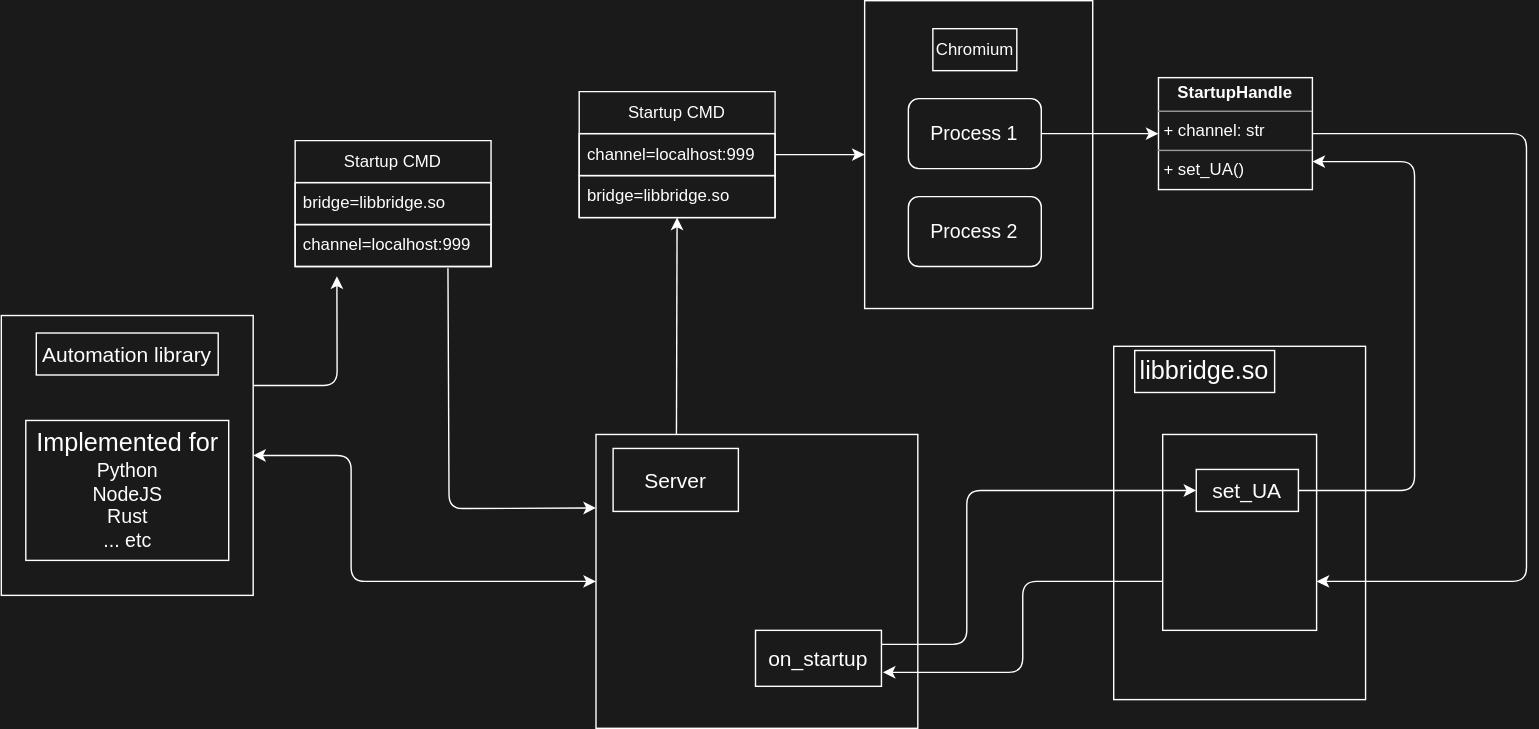
Above: chrx/bridge.drawio.svg in chrxer/chrx-design (draw.io), before the change. Source tidied: cells renumbered, new cells last; positions are measured from the earlier drawing's top-left corner, leaving out a move shared by most shapes.
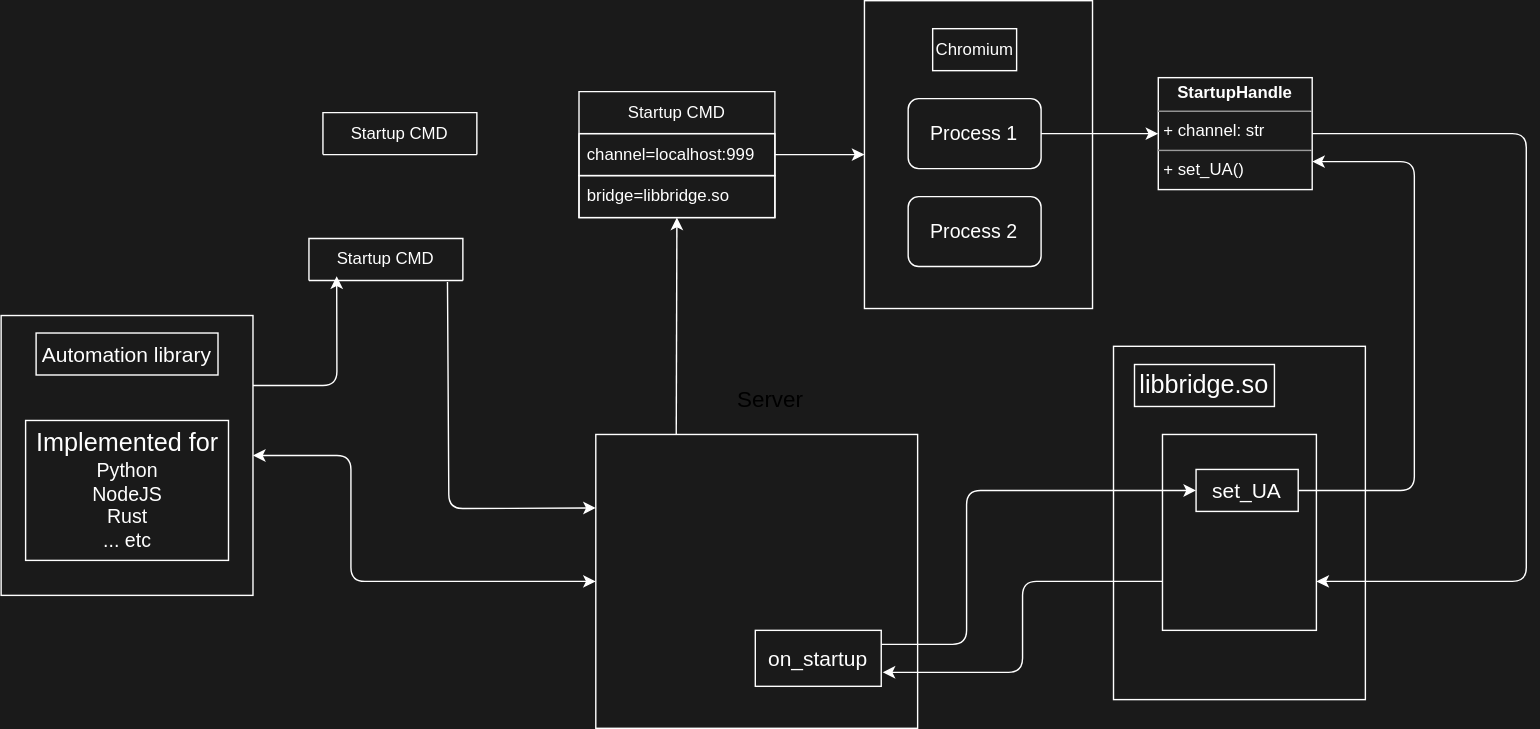
The same file after the commit.

Change to the diagram source:
```diff
@@ -44,26 +44,14 @@
       <mxGeometry x="795" y="247" width="180" height="252.5" as="geometry" />
     </mxCell>
     <mxCell id="14" value="&lt;font style=&quot;font-size: 18px;&quot;&gt;libbridge.so&lt;/font&gt;" style="text;html=1;strokeColor=#FFFFFF;fillColor=none;align=center;verticalAlign=middle;whiteSpace=wrap;rounded=0;fontSize=18;fontColor=#FFFFFF;" parent="1" vertex="1">
-      <mxGeometry x="810" y="250" width="100" height="30" as="geometry" />
+      <mxGeometry x="810" y="260" width="100" height="30" as="geometry" />
     </mxCell>
-    <mxCell id="15" value="Startup CMD" style="swimlane;fontStyle=0;horizontal=1;startSize=30;whiteSpace=wrap;html=1;fillColor=none;strokeColor=#FFFFFF;fontColor=#FFFFFF;" parent="1" vertex="1">
-      <mxGeometry x="210" y="100" width="140" height="90" as="geometry" />
-    </mxCell>
-    <mxCell id="16" value="bridge=libbridge.so" style="text;strokeColor=#FFFFFF;fillColor=none;align=left;verticalAlign=middle;spacingLeft=4;spacingRight=4;overflow=hidden;whiteSpace=wrap;html=1;fontColor=#FFFFFF;" parent="15" vertex="1">
-      <mxGeometry y="30" width="140" height="30" as="geometry" />
-    </mxCell>
-    <mxCell id="17" value="channel=localhost:999" style="text;strokeColor=#FFFFFF;fillColor=none;align=left;verticalAlign=middle;spacingLeft=4;spacingRight=4;overflow=hidden;points=[[0,0.5],[1,0.5]];portConstraint=eastwest;whiteSpace=wrap;html=1;fontColor=#FFFFFF;" parent="15" vertex="1">
-      <mxGeometry y="60" width="140" height="30" as="geometry" />
-    </mxCell>
     <mxCell id="18" style="edgeStyle=none;html=1;exitX=0.25;exitY=0;exitDx=0;exitDy=0;fontSize=15;strokeColor=#FFFFFF;fontColor=#FFFFFF;" parent="1" edge="1" source="19" target="5">
       <mxGeometry relative="1" as="geometry" />
     </mxCell>
     <mxCell id="19" style="rounded=0;whiteSpace=wrap;html=1;fillColor=none;strokeColor=#FFFFFF;fontColor=#FFFFFF;" parent="1" vertex="1">
       <mxGeometry x="425" y="310" width="230" height="210" as="geometry" />
     </mxCell>
-    <mxCell id="20" value="Server" style="text;html=1;strokeColor=#FFFFFF;fillColor=none;align=center;verticalAlign=middle;whiteSpace=wrap;rounded=0;fontSize=15;fontColor=#FFFFFF;" parent="1" vertex="1">
-      <mxGeometry x="437.2" y="320" width="89.5" height="45" as="geometry" />
-    </mxCell>
     <mxCell id="21" style="edgeStyle=none;html=1;exitX=0;exitY=0.75;exitDx=0;exitDy=0;fontSize=15;strokeColor=#FFFFFF;fontColor=#FFFFFF;" parent="1" edge="1" source="22">
       <mxGeometry relative="1" as="geometry">
         <mxPoint x="630" y="480" as="targetPoint" />
@@ -87,8 +75,9 @@
     <mxCell id="24" value="on_startup" style="rounded=0;whiteSpace=wrap;html=1;fontSize=15;fillColor=none;strokeColor=#FFFFFF;fontColor=#FFFFFF;" parent="1" vertex="1">
       <mxGeometry x="539" y="450" width="90" height="40" as="geometry" />
     </mxCell>
-    <mxCell id="25" style="edgeStyle=none;html=1;exitX=1;exitY=0.25;exitDx=0;exitDy=0;entryX=0.213;entryY=1.233;entryDx=0;entryDy=0;fontSize=15;entryPerimeter=0;strokeColor=#FFFFFF;fontColor=#FFFFFF;" parent="1" edge="1" source="26" target="17">
+    <mxCell id="25" style="edgeStyle=none;html=1;exitX=1;exitY=0.25;exitDx=0;exitDy=0;entryX=0.213;entryY=1.233;entryDx=0;entryDy=0;fontSize=15;entryPerimeter=0;strokeColor=#FFFFFF;fontColor=#FFFFFF;" parent="1" edge="1" source="26">
       <mxGeometry relative="1" as="geometry">
+        <mxPoint x="239.8" y="197" as="targetPoint" />
         <Array as="points">
           <mxPoint x="240" y="275" />
         </Array>
@@ -119,7 +108,7 @@
         </Array>
       </mxGeometry>
     </mxCell>
-    <mxCell id="31" style="edgeStyle=none;html=1;exitX=0.78;exitY=1.043;exitDx=0;exitDy=0;entryX=0;entryY=0.25;entryDx=0;entryDy=0;exitPerimeter=0;strokeColor=#FFFFFF;fontColor=#FFFFFF;" parent="1" edge="1" source="17" target="19">
+    <mxCell id="31" style="edgeStyle=none;html=1;exitX=0.9;exitY=1.033;exitDx=0;exitDy=0;entryX=0;entryY=0.25;entryDx=0;entryDy=0;exitPerimeter=0;strokeColor=#FFFFFF;fontColor=#FFFFFF;" parent="1" edge="1" source="34" target="19">
       <mxGeometry relative="1" as="geometry">
         <Array as="points">
           <mxPoint x="320" y="363" />
@@ -129,5 +118,14 @@
     <mxCell id="32" value="&lt;font style=&quot;&quot;&gt;&lt;span style=&quot;font-size: 18px;&quot;&gt;Implemented for&lt;/span&gt;&lt;br&gt;&lt;font style=&quot;font-size: 14px;&quot;&gt;Python&lt;br&gt;NodeJS&lt;br&gt;Rust&lt;br&gt;... etc&lt;/font&gt;&lt;br&gt;&lt;/font&gt;" style="text;html=1;strokeColor=#FFFFFF;fillColor=none;align=center;verticalAlign=middle;whiteSpace=wrap;rounded=0;fontColor=#FFFFFF;" parent="1" vertex="1">
       <mxGeometry x="17.5" y="300" width="145" height="100" as="geometry" />
     </mxCell>
+    <mxCell id="33" value="Startup CMD" style="swimlane;fontStyle=0;horizontal=1;startSize=30;whiteSpace=wrap;html=1;fillColor=none;strokeColor=#FFFFFF;fontColor=#FFFFFF;" parent="1" vertex="1" collapsed="1">
+      <mxGeometry x="230" y="80" width="110" height="30" as="geometry" />
+    </mxCell>
+    <mxCell id="34" value="Startup CMD" style="swimlane;fontStyle=0;horizontal=1;startSize=30;whiteSpace=wrap;html=1;fillColor=none;strokeColor=#FFFFFF;fontColor=#FFFFFF;" parent="1" vertex="1" collapsed="1">
+      <mxGeometry x="220" y="170" width="110" height="30" as="geometry" />
+    </mxCell>
+    <mxCell id="20" value="Server" style="text;html=1;strokeColor=none;fillColor=none;align=center;verticalAlign=middle;whiteSpace=wrap;rounded=0;fontSize=16;" parent="1" vertex="1">
+      <mxGeometry x="520" y="270" width="60" height="30" as="geometry" />
+    </mxCell>
   </root>
 </mxGraphModel>
```
